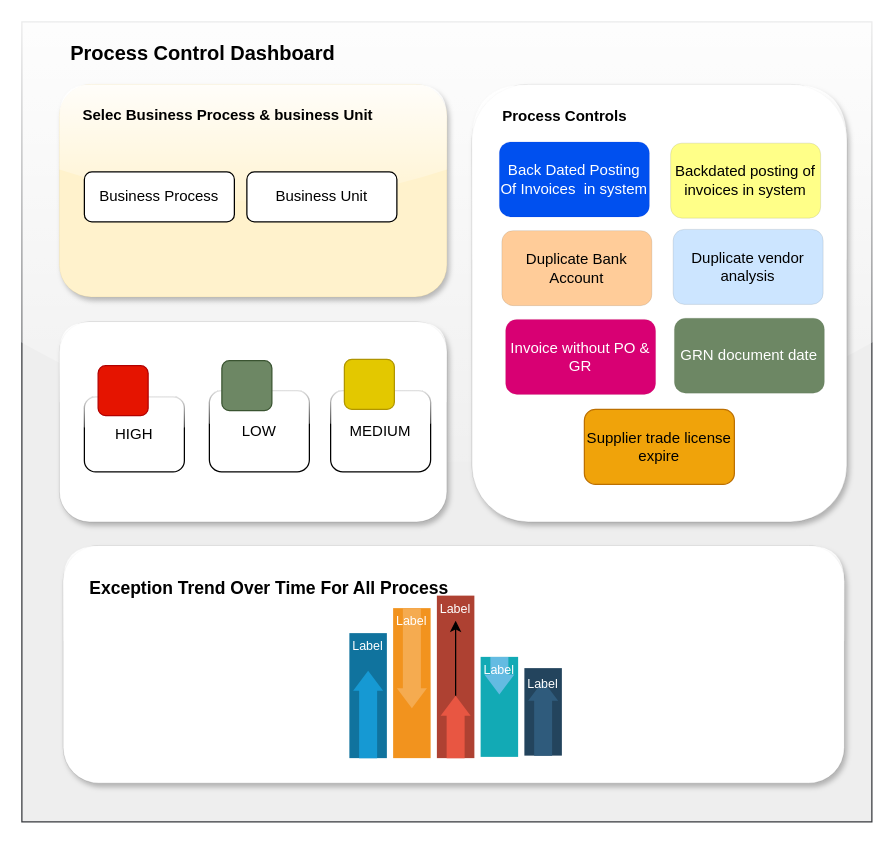
The draw.io diagram Untitled Diagram.drawio in AvikM1996/draw.io, before the edit. Source tidied: cells renumbered, new cells numbered last; positions are measured from the earlier drawing's top-left corner, leaving out a move shared by most shapes. Both pictures are drawn from the tidied source at 125%, with x=0, y=0 at pixel (21, 21).
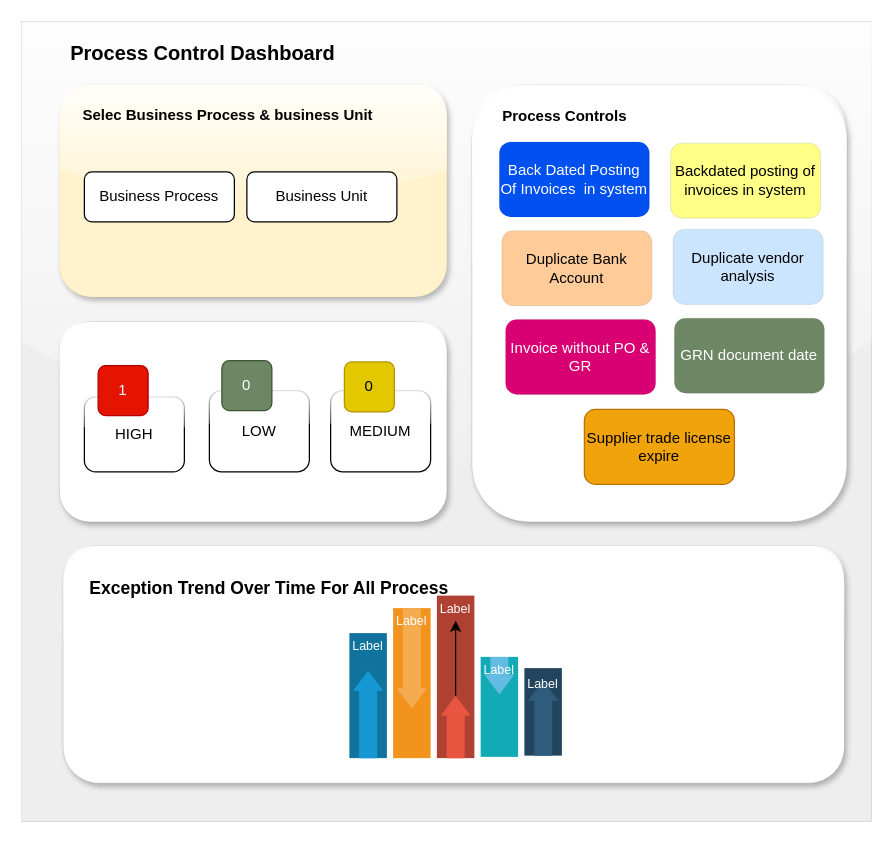
The same page after the edit.

What changed in the source:
```diff
@@
-    <mxCell id="2" style="rounded=0;whiteSpace=wrap;html=1;fillColor=#eeeeee;strokeColor=#36393d;glass=1;" parent="1" vertex="1">
+    <mxCell id="2" style="rounded=0;whiteSpace=wrap;html=1;fillColor=#eeeeee;strokeColor=#36393d;glass=1;strokeWidth=0;" parent="1" vertex="1">
       <mxGeometry width="680" height="640" as="geometry" />
     </mxCell>
@@
-    <mxCell id="19" style="rounded=1;whiteSpace=wrap;html=1;fillColor=#e51400;fontColor=#ffffff;strokeColor=#B20000;" parent="1" vertex="1">
+    <mxCell id="19" value="1" style="rounded=1;whiteSpace=wrap;html=1;fillColor=#e51400;fontColor=#ffffff;strokeColor=#B20000;" parent="1" vertex="1">
       <mxGeometry x="61" y="275" width="40" height="40" as="geometry" />
     </mxCell>
-    <mxCell id="20" style="rounded=1;whiteSpace=wrap;html=1;fillColor=#6d8764;fontColor=#ffffff;strokeColor=#3A5431;" parent="1" vertex="1">
+    <mxCell id="20" value="0" style="rounded=1;whiteSpace=wrap;html=1;fillColor=#6d8764;fontColor=#ffffff;strokeColor=#3A5431;" parent="1" vertex="1">
       <mxGeometry x="160" y="271" width="40" height="40" as="geometry" />
     </mxCell>
-    <mxCell id="21" style="rounded=1;whiteSpace=wrap;html=1;fillColor=#e3c800;fontColor=#000000;strokeColor=#B09500;" parent="1" vertex="1">
-      <mxGeometry x="258" y="270" width="40" height="40" as="geometry" />
+    <mxCell id="21" value="0" style="rounded=1;whiteSpace=wrap;html=1;fillColor=#e3c800;fontColor=#000000;strokeColor=#B09500;" parent="1" vertex="1">
+      <mxGeometry x="258" y="272" width="40" height="40" as="geometry" />
     </mxCell>
```
